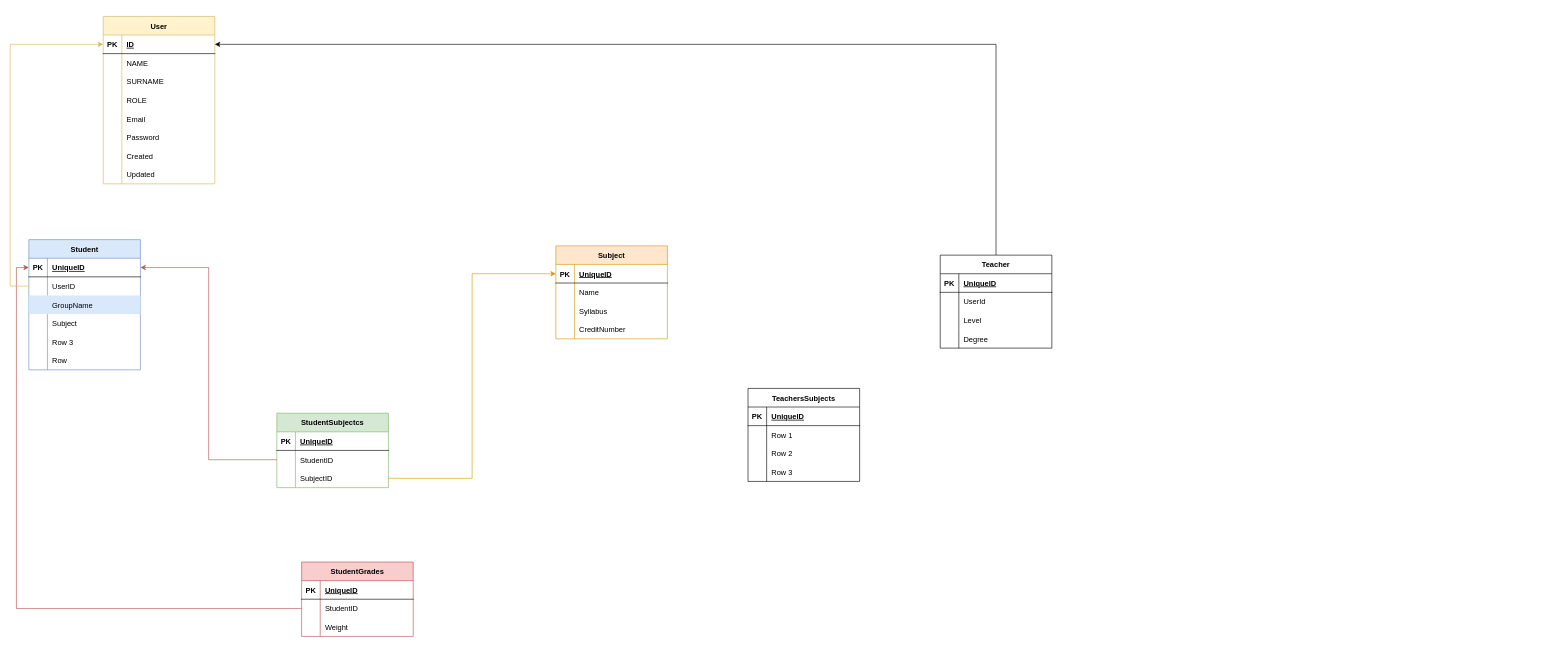
Above: Диаграмма без названия.drawio in Az1mzhan/LMS (draw.io), before the change. Source tidied: cells renumbered, new cells numbered last; positions are measured from the earlier drawing's top-left corner, leaving out a move shared by most shapes. Both pictures are drawn from the tidied source at 62%, with x=0, y=0 at pixel (10, 16).
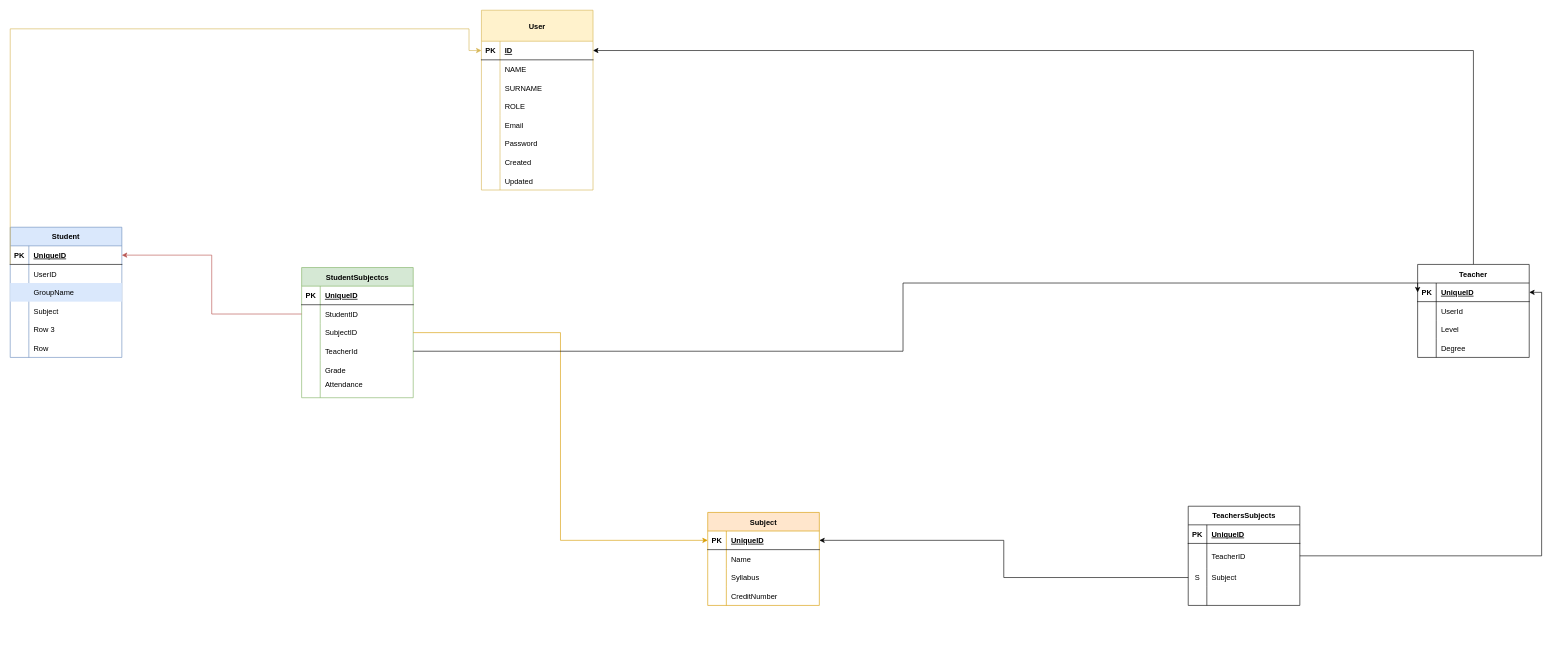
Above is the later version.

Unchanged cells that the change refers to:
```xml
<mxCell id="28" style="shape=tableRow;horizontal=0;startSize=0;swimlaneHead=0;swimlaneBody=0;fillColor=none;points=[[0,0.5],[1,0.5]];portConstraint=eastwest;top=0;left=0;right=0;bottom=1;" parent="27" vertex="1">
  <mxGeometry y="30" width="180" height="30" as="geometry" />
</mxCell>
<mxCell id="31" style="shape=tableRow;horizontal=0;startSize=0;swimlaneHead=0;swimlaneBody=0;fillColor=none;points=[[0,0.5],[1,0.5]];portConstraint=eastwest;top=0;left=0;right=0;bottom=0;" parent="27" vertex="1">
  <mxGeometry y="60" width="180" height="30" as="geometry" />
</mxCell>
<mxCell id="47" style="shape=tableRow;horizontal=0;startSize=0;swimlaneHead=0;swimlaneBody=0;fillColor=none;points=[[0,0.5],[1,0.5]];portConstraint=eastwest;top=0;left=0;right=0;bottom=1;" parent="46" vertex="1">
  <mxGeometry y="30" width="180" height="30" as="geometry" />
</mxCell>
<mxCell id="85" style="shape=tableRow;horizontal=0;startSize=0;swimlaneHead=0;swimlaneBody=0;fillColor=none;points=[[0,0.5],[1,0.5]];portConstraint=eastwest;top=0;left=0;right=0;bottom=1;" parent="84" vertex="1">
  <mxGeometry y="30" width="180" height="30" as="geometry" />
</mxCell>
```

Diff of the diagram source:
```diff
@@
-    <mxCell id="2" value="User" style="shape=table;startSize=30;childLayout=tableLayout;rowLines=0;fontStyle=1;align=center;fillColor=#fff2cc;strokeColor=#d6b656;" parent="1" vertex="1">
-      <mxGeometry x="150" width="180" height="270" as="geometry" />
+    <mxCell id="2" value="User" style="shape=table;startSize=50;childLayout=tableLayout;rowLines=0;fontStyle=1;align=center;fillColor=#fff2cc;strokeColor=#d6b656;" parent="1" vertex="1">
+      <mxGeometry x="760" y="-10" width="180" height="290" as="geometry" />
     </mxCell>
     <mxCell id="3" style="shape=tableRow;horizontal=0;startSize=0;swimlaneHead=0;swimlaneBody=0;fillColor=none;points=[[0,0.5],[1,0.5]];portConstraint=eastwest;top=0;left=0;right=0;bottom=1;" parent="2" vertex="1">
-      <mxGeometry y="30" width="180" height="30" as="geometry" />
+      <mxGeometry y="50" width="180" height="30" as="geometry" />
     </mxCell>
@@
     <mxCell id="6" style="shape=tableRow;horizontal=0;startSize=0;swimlaneHead=0;swimlaneBody=0;fillColor=none;top=0;left=0;right=0;bottom=0;" parent="2" vertex="1">
-      <mxGeometry y="60" width="180" height="30" as="geometry" />
+      <mxGeometry y="80" width="180" height="30" as="geometry" />
     </mxCell>
@@
     <mxCell id="9" style="shape=tableRow;horizontal=0;startSize=0;swimlaneHead=0;swimlaneBody=0;fillColor=none;top=0;left=0;right=0;bottom=0;" parent="2" vertex="1">
-      <mxGeometry y="90" width="180" height="30" as="geometry" />
+      <mxGeometry y="110" width="180" height="30" as="geometry" />
     </mxCell>
@@
     <mxCell id="12" style="shape=tableRow;horizontal=0;startSize=0;swimlaneHead=0;swimlaneBody=0;fillColor=none;top=0;left=0;right=0;bottom=0;" parent="2" vertex="1">
-      <mxGeometry y="120" width="180" height="30" as="geometry" />
+      <mxGeometry y="140" width="180" height="30" as="geometry" />
     </mxCell>
@@
     <mxCell id="15" style="shape=tableRow;horizontal=0;startSize=0;swimlaneHead=0;swimlaneBody=0;fillColor=none;top=0;left=0;right=0;bottom=0;" parent="2" vertex="1">
-      <mxGeometry y="150" width="180" height="30" as="geometry" />
+      <mxGeometry y="170" width="180" height="30" as="geometry" />
     </mxCell>
@@
     <mxCell id="18" style="shape=tableRow;horizontal=0;startSize=0;swimlaneHead=0;swimlaneBody=0;fillColor=none;top=0;left=0;right=0;bottom=0;" parent="2" vertex="1">
-      <mxGeometry y="180" width="180" height="30" as="geometry" />
+      <mxGeometry y="200" width="180" height="30" as="geometry" />
     </mxCell>
@@
     <mxCell id="21" style="shape=tableRow;horizontal=0;startSize=0;swimlaneHead=0;swimlaneBody=0;fillColor=none;top=0;left=0;right=0;bottom=0;" parent="2" vertex="1">
-      <mxGeometry y="210" width="180" height="30" as="geometry" />
+      <mxGeometry y="230" width="180" height="30" as="geometry" />
     </mxCell>
@@
     <mxCell id="24" style="shape=tableRow;horizontal=0;startSize=0;swimlaneHead=0;swimlaneBody=0;fillColor=none;top=0;left=0;right=0;bottom=0;" parent="2" vertex="1">
-      <mxGeometry y="240" width="180" height="30" as="geometry" />
+      <mxGeometry y="260" width="180" height="30" as="geometry" />
     </mxCell>
@@
     <mxCell id="27" value="Student" style="shape=table;startSize=30;childLayout=tableLayout;rowLines=0;fontStyle=1;align=center;fillColor=#dae8fc;strokeColor=#6c8ebf;" parent="1" vertex="1">
-      <mxGeometry x="30" y="360" width="180" height="210" as="geometry" />
+      <mxGeometry y="340" width="180" height="210" as="geometry" />
     </mxCell>
@@
     <mxCell id="46" value="Subject" style="shape=table;startSize=30;childLayout=tableLayout;rowLines=0;fontStyle=1;align=center;fillColor=#ffe6cc;strokeColor=#d79b00;" parent="1" vertex="1">
-      <mxGeometry x="880" y="370" width="180" height="150" as="geometry" />
+      <mxGeometry x="1125" y="800" width="180" height="150" as="geometry" />
     </mxCell>
@@
     <mxCell id="59" value="StudentSubjectcs" style="shape=table;startSize=30;childLayout=tableLayout;rowLines=0;fontStyle=1;align=center;fillColor=#d5e8d4;strokeColor=#82b366;" parent="1" vertex="1">
-      <mxGeometry x="430" y="640" width="180" height="120" as="geometry" />
+      <mxGeometry x="470" y="405" width="180" height="210" as="geometry" />
     </mxCell>
@@
+    <mxCell id="110" style="shape=tableRow;horizontal=0;startSize=0;swimlaneHead=0;swimlaneBody=0;fillColor=none;points=[[0,0.5],[1,0.5]];portConstraint=eastwest;top=0;left=0;right=0;bottom=0;" parent="59" vertex="1">
+      <mxGeometry y="120" width="180" height="30" as="geometry" />
+    </mxCell>
+    <mxCell id="111" style="shape=partialRectangle;fillColor=none;top=0;left=0;bottom=0;right=0;overflow=hidden;" parent="110" vertex="1">
+      <mxGeometry width="30" height="30" as="geometry" />
+    </mxCell>
+    <mxCell id="112" value="TeacherId" style="shape=partialRectangle;fillColor=none;top=0;left=0;bottom=0;right=0;align=left;spacingLeft=6;overflow=hidden;" parent="110" vertex="1">
+      <mxGeometry x="30" width="150" height="30" as="geometry" />
+    </mxCell>
+    <mxCell id="113" style="shape=tableRow;horizontal=0;startSize=0;swimlaneHead=0;swimlaneBody=0;fillColor=none;top=0;left=0;right=0;bottom=0;" parent="59" vertex="1">
+      <mxGeometry y="150" width="180" height="30" as="geometry" />
+    </mxCell>
+    <mxCell id="114" style="shape=partialRectangle;fillColor=none;top=0;left=0;bottom=0;right=0;overflow=hidden;" parent="113" vertex="1">
+      <mxGeometry width="30" height="30" as="geometry" />
+    </mxCell>
+    <mxCell id="115" value="Grade" style="shape=partialRectangle;fillColor=none;top=0;left=0;bottom=0;right=0;align=left;spacingLeft=6;overflow=hidden;" parent="113" vertex="1">
+      <mxGeometry x="30" width="150" height="30" as="geometry" />
+    </mxCell>
+    <mxCell id="116" style="shape=tableRow;horizontal=0;startSize=0;swimlaneHead=0;swimlaneBody=0;fillColor=none;top=0;left=0;right=0;bottom=0;" parent="59" vertex="1">
+      <mxGeometry y="180" width="180" height="30" as="geometry" />
+    </mxCell>
+    <mxCell id="117" style="shape=partialRectangle;fillColor=none;top=0;left=0;bottom=0;right=0;overflow=hidden;" parent="116" vertex="1">
+      <mxGeometry width="30" height="30" as="geometry" />
+    </mxCell>
+    <mxCell id="118" value="Attendance&#10;" style="shape=partialRectangle;fillColor=none;top=0;left=0;bottom=0;right=0;align=left;spacingLeft=6;overflow=hidden;" parent="116" vertex="1">
+      <mxGeometry x="30" width="150" height="30" as="geometry" />
+    </mxCell>
@@
-    <mxCell id="71" value="StudentGrades" style="shape=table;startSize=30;childLayout=tableLayout;rowLines=0;fontStyle=1;align=center;fillColor=#f8cecc;strokeColor=#b85450;" parent="1" vertex="1">
-      <mxGeometry x="470" y="880" width="180" height="120" as="geometry" />
-    </mxCell>
-    <mxCell id="72" style="shape=tableRow;horizontal=0;startSize=0;swimlaneHead=0;swimlaneBody=0;fillColor=none;top=0;left=0;right=0;bottom=1;" parent="71" vertex="1">
-      <mxGeometry y="30" width="180" height="30" as="geometry" />
-    </mxCell>
-    <mxCell id="73" value="PK" style="shape=partialRectangle;fillColor=none;top=0;left=0;bottom=0;right=0;fontStyle=1;overflow=hidden;" parent="72" vertex="1">
-      <mxGeometry width="30" height="30" as="geometry" />
-    </mxCell>
-    <mxCell id="74" value="UniqueID" style="shape=partialRectangle;fillColor=none;top=0;left=0;bottom=0;right=0;align=left;spacingLeft=6;fontStyle=5;overflow=hidden;" parent="72" vertex="1">
-      <mxGeometry x="30" width="150" height="30" as="geometry" />
-    </mxCell>
-    <mxCell id="75" style="shape=tableRow;horizontal=0;startSize=0;swimlaneHead=0;swimlaneBody=0;fillColor=none;points=[[0,0.5],[1,0.5]];portConstraint=eastwest;top=0;left=0;right=0;bottom=0;" parent="71" vertex="1">
-      <mxGeometry y="60" width="180" height="30" as="geometry" />
-    </mxCell>
-    <mxCell id="76" style="shape=partialRectangle;fillColor=none;top=0;left=0;bottom=0;right=0;overflow=hidden;" parent="75" vertex="1">
-      <mxGeometry width="30" height="30" as="geometry" />
-    </mxCell>
-    <mxCell id="77" value="StudentID" style="shape=partialRectangle;fillColor=none;top=0;left=0;bottom=0;right=0;align=left;spacingLeft=6;overflow=hidden;" parent="75" vertex="1">
-      <mxGeometry x="30" width="150" height="30" as="geometry" />
-    </mxCell>
-    <mxCell id="78" style="shape=tableRow;horizontal=0;startSize=0;swimlaneHead=0;swimlaneBody=0;fillColor=none;top=0;left=0;right=0;bottom=0;" parent="71" vertex="1">
-      <mxGeometry y="90" width="180" height="30" as="geometry" />
-    </mxCell>
-    <mxCell id="79" style="shape=partialRectangle;fillColor=none;top=0;left=0;bottom=0;right=0;overflow=hidden;" parent="78" vertex="1">
-      <mxGeometry width="30" height="30" as="geometry" />
-    </mxCell>
-    <mxCell id="80" value="Weight" style="shape=partialRectangle;fillColor=none;top=0;left=0;bottom=0;right=0;align=left;spacingLeft=6;overflow=hidden;" parent="78" vertex="1">
-      <mxGeometry x="30" width="150" height="30" as="geometry" />
-    </mxCell>
-    <mxCell id="81" style="edgeStyle=orthogonalEdgeStyle;rounded=0;jettySize=auto;html=1;entryX=0;entryY=0.5;entryDx=0;entryDy=0;fillColor=#f8cecc;strokeColor=#b85450;exitX=0;exitY=0.5;exitDx=0;exitDy=0;" parent="1" edge="1" source="75" target="28">
-      <mxGeometry relative="1" as="geometry" />
-    </mxCell>
     <mxCell id="82" style="edgeStyle=orthogonalEdgeStyle;rounded=0;jettySize=auto;html=1;entryX=0;entryY=0.5;entryDx=0;entryDy=0;fillColor=#fff2cc;strokeColor=#d6b656;" parent="1" edge="1" source="31" target="3">
       <mxGeometry relative="1" as="geometry">
         <Array as="points">
-          <mxPoint y="435" />
-          <mxPoint y="45" />
+          <mxPoint y="20" />
+          <mxPoint x="740" y="20" />
+          <mxPoint x="740" y="55" />
         </Array>
       </mxGeometry>
     </mxCell>
@@
     <mxCell id="84" value="Teacher" style="shape=table;startSize=30;childLayout=tableLayout;rowLines=0;fontStyle=1;align=center;" parent="1" vertex="1">
-      <mxGeometry x="1500" y="385" width="180" height="150" as="geometry" />
+      <mxGeometry x="2270" y="400" width="180" height="150" as="geometry" />
     </mxCell>
@@
     <mxCell id="97" value="TeachersSubjects" style="shape=table;startSize=30;childLayout=tableLayout;rowLines=0;fontStyle=1;align=center;" parent="1" vertex="1">
-      <mxGeometry x="1190" y="600" width="180" height="150" as="geometry" />
+      <mxGeometry x="1900" y="790" width="180" height="160" as="geometry" />
     </mxCell>
@@
     <mxCell id="101" style="shape=tableRow;horizontal=0;startSize=0;swimlaneHead=0;swimlaneBody=0;fillColor=none;points=[[0,0.5],[1,0.5]];portConstraint=eastwest;top=0;left=0;right=0;bottom=0;" parent="97" vertex="1">
-      <mxGeometry y="60" width="180" height="30" as="geometry" />
+      <mxGeometry y="60" width="180" height="40" as="geometry" />
     </mxCell>
     <mxCell id="102" style="shape=partialRectangle;fillColor=none;top=0;left=0;bottom=0;right=0;overflow=hidden;" parent="101" vertex="1">
-      <mxGeometry width="30" height="30" as="geometry" />
+      <mxGeometry width="30" height="40" as="geometry" />
     </mxCell>
-    <mxCell id="103" value="Row 1" style="shape=partialRectangle;fillColor=none;top=0;left=0;bottom=0;right=0;align=left;spacingLeft=6;overflow=hidden;" parent="101" vertex="1">
-      <mxGeometry x="30" width="150" height="30" as="geometry" />
+    <mxCell id="103" value="TeacherID" style="shape=partialRectangle;fillColor=none;top=0;left=0;bottom=0;right=0;align=left;spacingLeft=6;overflow=hidden;" parent="101" vertex="1">
+      <mxGeometry x="30" width="150" height="40" as="geometry" />
     </mxCell>
     <mxCell id="104" style="shape=tableRow;horizontal=0;startSize=0;swimlaneHead=0;swimlaneBody=0;fillColor=none;points=[[0,0.5],[1,0.5]];portConstraint=eastwest;top=0;left=0;right=0;bottom=0;" parent="97" vertex="1">
-      <mxGeometry y="90" width="180" height="30" as="geometry" />
+      <mxGeometry y="100" width="180" height="30" as="geometry" />
     </mxCell>
-    <mxCell id="105" style="shape=partialRectangle;fillColor=none;top=0;left=0;bottom=0;right=0;overflow=hidden;" parent="104" vertex="1">
+    <mxCell id="105" value="S" style="shape=partialRectangle;fillColor=none;top=0;left=0;bottom=0;right=0;overflow=hidden;" parent="104" vertex="1">
       <mxGeometry width="30" height="30" as="geometry" />
     </mxCell>
-    <mxCell id="106" value="Row 2" style="shape=partialRectangle;fillColor=none;top=0;left=0;bottom=0;right=0;align=left;spacingLeft=6;overflow=hidden;" parent="104" vertex="1">
+    <mxCell id="106" value="Subject" style="shape=partialRectangle;fillColor=none;top=0;left=0;bottom=0;right=0;align=left;spacingLeft=6;overflow=hidden;" parent="104" vertex="1">
       <mxGeometry x="30" width="150" height="30" as="geometry" />
     </mxCell>
     <mxCell id="107" style="shape=tableRow;horizontal=0;startSize=0;swimlaneHead=0;swimlaneBody=0;fillColor=none;top=0;left=0;right=0;bottom=0;" parent="97" vertex="1">
-      <mxGeometry y="120" width="180" height="30" as="geometry" />
+      <mxGeometry y="130" width="180" height="30" as="geometry" />
     </mxCell>
@@
-    <mxCell id="109" value="Row 3" style="shape=partialRectangle;fillColor=none;top=0;left=0;bottom=0;right=0;align=left;spacingLeft=6;overflow=hidden;" parent="107" vertex="1">
+    <mxCell id="109" style="shape=partialRectangle;fillColor=none;top=0;left=0;bottom=0;right=0;align=left;spacingLeft=6;overflow=hidden;" parent="107" vertex="1">
       <mxGeometry x="30" width="150" height="30" as="geometry" />
     </mxCell>
+    <mxCell id="119" style="edgeStyle=orthogonalEdgeStyle;rounded=0;jettySize=auto;html=1;entryX=0;entryY=0.5;entryDx=0;entryDy=0;" parent="1" edge="1" source="110" target="85">
+      <mxGeometry relative="1" as="geometry">
+        <Array as="points">
+          <mxPoint x="1440" y="540" />
+          <mxPoint x="1440" y="430" />
+          <mxPoint x="2270" y="430" />
+        </Array>
+      </mxGeometry>
+    </mxCell>
+    <mxCell id="120" style="edgeStyle=orthogonalEdgeStyle;rounded=0;jettySize=auto;html=1;exitX=1;exitY=0.5;exitDx=0;exitDy=0;entryX=1;entryY=0.5;entryDx=0;entryDy=0;" parent="1" edge="1" source="101" target="85">
+      <mxGeometry relative="1" as="geometry" />
+    </mxCell>
+    <mxCell id="121" style="edgeStyle=orthogonalEdgeStyle;rounded=0;jettySize=auto;html=1;exitX=0;exitY=0.5;exitDx=0;exitDy=0;" parent="1" edge="1" source="104" target="47">
+      <mxGeometry relative="1" as="geometry" />
+    </mxCell>
```
